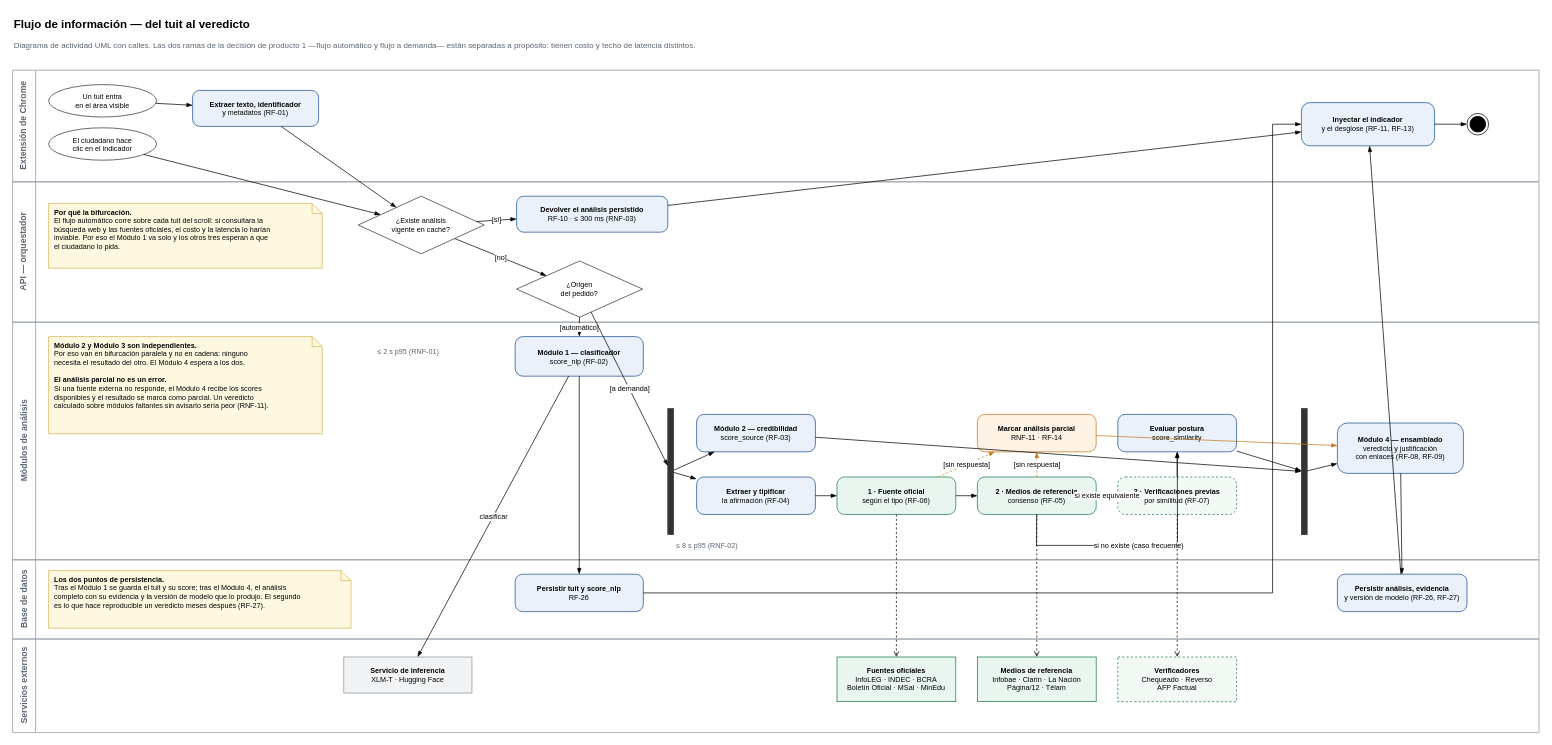
The draw.io diagram wiki/assets/diagramas/flujo-informacion.drawio in martinnbejarano/PFI-Wiki, before the edit. Source tidied: cells renumbered, new cells numbered last; positions are measured from the earlier drawing's top-left corner, leaving out a move shared by most shapes. Both pictures are drawn from the tidied source at 72%, with x=0, y=0 at pixel (12, 12).
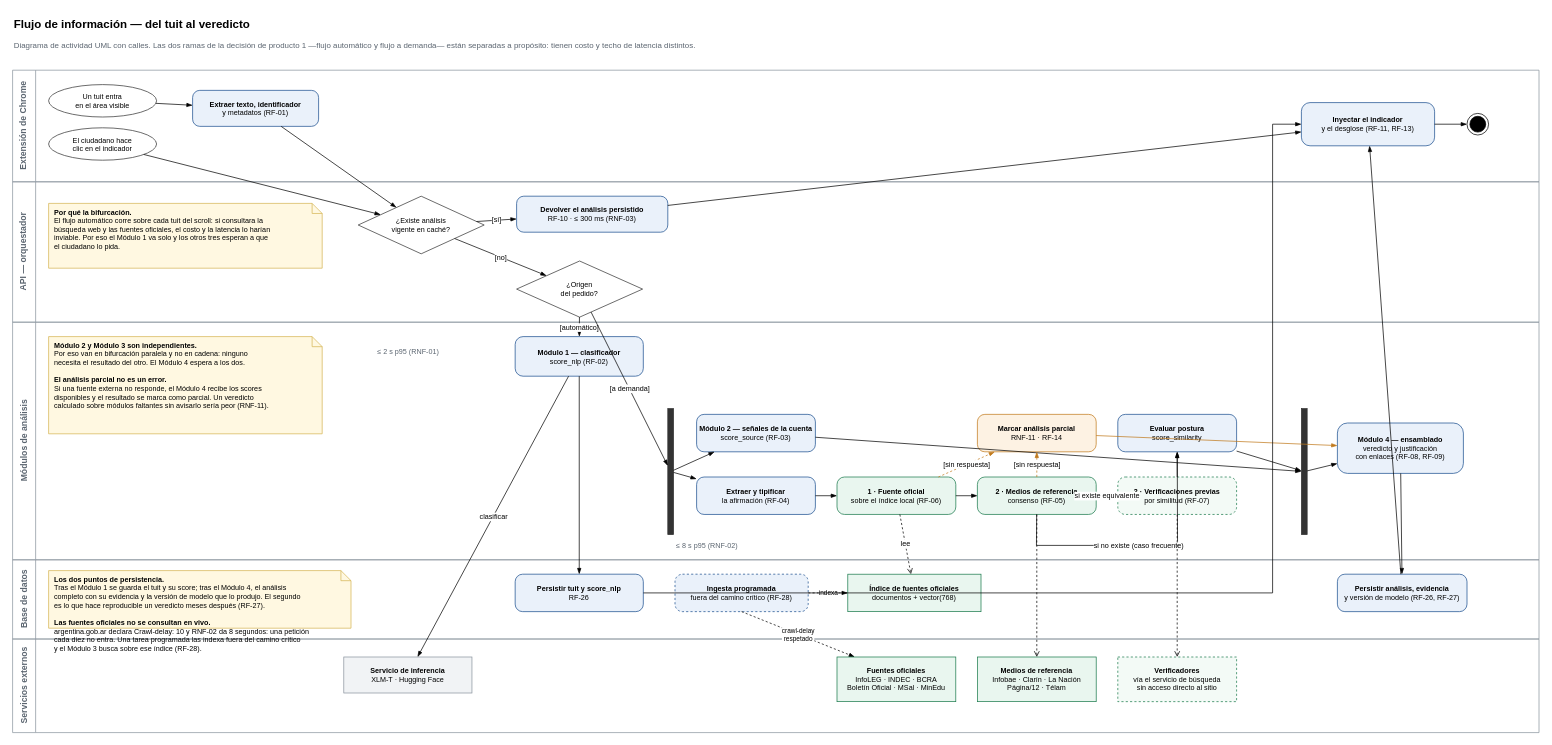
The same page after the edit.

The change refers to these unchanged cells:
```xml
<mxCell id="33" value="&lt;b&gt;Fuentes oficiales&lt;/b&gt;&lt;br&gt;InfoLEG · INDEC · BCRA&lt;br&gt;Boletín Oficial · MSal · MinEdu" style="rounded=0;whiteSpace=wrap;html=1;fontSize=10;fillColor=#e9f6ef;strokeColor=#1a7a4c;" parent="1" vertex="1">
  <mxGeometry x="1145" y="895" width="165" height="62" as="geometry" />
</mxCell>
```

Change to the diagram source:
```diff
@@
-    <mxCell id="22" value="&lt;b&gt;Módulo 2 — credibilidad&lt;/b&gt;&lt;br&gt;score_source (RF-03)" style="rounded=1;arcSize=20;whiteSpace=wrap;html=1;fontSize=10;fillColor=#eaf1fa;strokeColor=#1b4f8f;" parent="1" vertex="1">
+    <mxCell id="22" value="&lt;b&gt;Módulo 2 — señales de la cuenta&lt;/b&gt;&lt;br&gt;score_source (RF-03)" style="rounded=1;arcSize=20;whiteSpace=wrap;html=1;fontSize=10;fillColor=#eaf1fa;strokeColor=#1b4f8f;" parent="1" vertex="1">
       <mxGeometry x="950" y="558" width="165" height="52" as="geometry" />
     </mxCell>
@@
-    <mxCell id="24" value="&lt;b&gt;1 · Fuente oficial&lt;/b&gt;&lt;br&gt;según el tipo (RF-06)" style="rounded=1;arcSize=20;whiteSpace=wrap;html=1;fontSize=10;fillColor=#e9f6ef;strokeColor=#1a7a4c;" parent="1" vertex="1">
+    <mxCell id="24" value="&lt;b&gt;1 · Fuente oficial&lt;/b&gt;&lt;br&gt;sobre el índice local (RF-06)" style="rounded=1;arcSize=20;whiteSpace=wrap;html=1;fontSize=10;fillColor=#e9f6ef;strokeColor=#1a7a4c;" parent="1" vertex="1">
       <mxGeometry x="1145" y="645" width="165" height="52" as="geometry" />
     </mxCell>
@@
+    <mxCell id="69" value="&lt;b&gt;Índice de fuentes oficiales&lt;/b&gt;&lt;br&gt;documentos + vector(768)" style="rounded=0;whiteSpace=wrap;html=1;fontSize=10;align=center;fillColor=#e9f6ef;strokeColor=#1a7a4c;" parent="1" vertex="1">
+      <mxGeometry x="1160" y="780" width="185" height="52" as="geometry" />
+    </mxCell>
+    <mxCell id="70" value="&lt;b&gt;Ingesta programada&lt;/b&gt;&lt;br&gt;fuera del camino crítico (RF-28)" style="rounded=1;arcSize=20;whiteSpace=wrap;html=1;fontSize=10;align=center;fillColor=#eaf1fa;strokeColor=#1b4f8f;dashed=1;" parent="1" vertex="1">
+      <mxGeometry x="920" y="780" width="185" height="52" as="geometry" />
+    </mxCell>
+    <mxCell id="71" value="indexa" style="html=1;rounded=0;fontSize=9;endArrow=blockThin;endFill=1;dashed=1;exitX=1;exitY=0.5;exitDx=0;exitDy=0;entryX=0;entryY=0.5;entryDx=0;entryDy=0;" parent="1" edge="1" source="70" target="69">
+      <mxGeometry relative="1" as="geometry" />
+    </mxCell>
+    <mxCell id="72" value="crawl-delay&#10;respetado" style="html=1;rounded=0;fontSize=9;endArrow=blockThin;endFill=1;dashed=1;exitX=0.5;exitY=1;exitDx=0;exitDy=0;entryX=0.15;entryY=0;entryDx=0;entryDy=0;" parent="1" edge="1" source="70" target="33">
+      <mxGeometry relative="1" as="geometry" />
+    </mxCell>
@@
-    <mxCell id="35" value="&lt;b&gt;Verificadores&lt;/b&gt;&lt;br&gt;Chequeado · Reverso&lt;br&gt;AFP Factual" style="rounded=0;whiteSpace=wrap;html=1;fontSize=10;fillColor=#f3faf6;strokeColor=#1a7a4c;dashed=1;" parent="1" vertex="1">
+    <mxCell id="35" value="&lt;b&gt;Verificadores&lt;/b&gt;&lt;br&gt;vía el servicio de búsqueda&lt;br&gt;sin acceso directo al sitio" style="rounded=0;whiteSpace=wrap;html=1;fontSize=10;fillColor=#f3faf6;strokeColor=#1a7a4c;dashed=1;" parent="1" vertex="1">
       <mxGeometry x="1535" y="895" width="165" height="62" as="geometry" />
     </mxCell>
@@
-    <mxCell id="55" style="html=1;rounded=0;fontSize=10;endArrow=blockThin;endFill=1;dashed=1;endArrow=open;" parent="1" edge="1" source="24" target="33">
+    <mxCell id="55" value="lee" style="html=1;rounded=0;fontSize=10;endArrow=blockThin;endFill=1;dashed=1;endArrow=open;" parent="1" edge="1" source="24" target="69">
       <mxGeometry relative="1" as="geometry" />
     </mxCell>
@@
-    <mxCell id="68" value="&lt;b&gt;Los dos puntos de persistencia.&lt;/b&gt;&lt;br&gt;Tras el Módulo 1 se guarda el tuit y su score; tras el Módulo 4, el análisis&lt;br&gt;completo con su evidencia y la versión de modelo que lo produjo. El segundo&lt;br&gt;es lo que hace reproducible un veredicto meses después (RF-27)." style="shape=note;whiteSpace=wrap;html=1;size=14;fillColor=#fff8e1;strokeColor=#d6b656;fontSize=10;align=left;spacingLeft=6;verticalAlign=top;" parent="1" vertex="1">
+    <mxCell id="68" value="&lt;b&gt;Los dos puntos de persistencia.&lt;/b&gt;&lt;br&gt;Tras el Módulo 1 se guarda el tuit y su score; tras el Módulo 4, el análisis&lt;br&gt;completo con su evidencia y la versión de modelo que lo produjo. El segundo&lt;br&gt;es lo que hace reproducible un veredicto meses después (RF-27).&lt;br&gt;&lt;br&gt;&lt;b&gt;Las fuentes oficiales no se consultan en vivo.&lt;/b&gt;&lt;br&gt;argentina.gob.ar declara Crawl-delay: 10 y RNF-02 da 8 segundos: una petición&lt;br&gt;cada diez no entra. Una tarea programada las indexa fuera del camino crítico&lt;br&gt;y el Módulo 3 busca sobre ese índice (RF-28)." style="shape=note;whiteSpace=wrap;html=1;size=14;fillColor=#fff8e1;strokeColor=#d6b656;fontSize=10;align=left;spacingLeft=6;verticalAlign=top;" parent="1" vertex="1">
       <mxGeometry x="50" y="775" width="420" height="80" as="geometry" />
     </mxCell>
```
